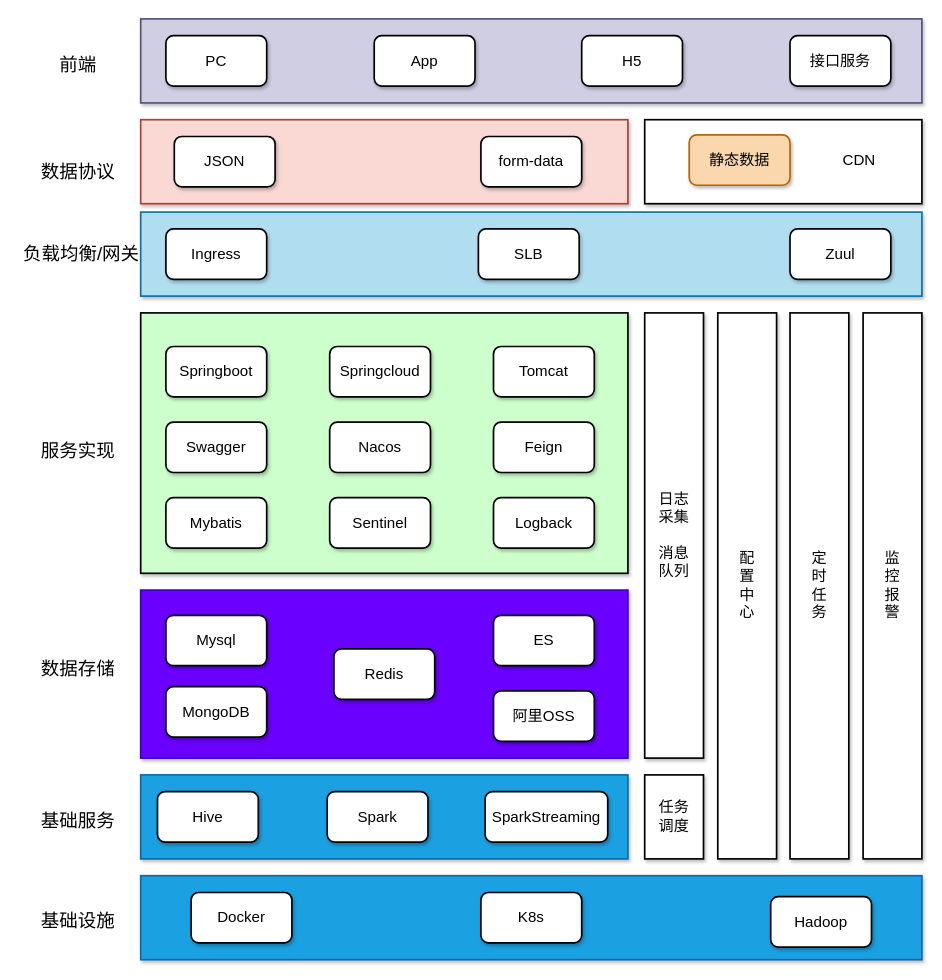
Above: page "技术架构" (7 of 12) of drawio/运城空间.drawio in weiwen111/diagram (draw.io), before the change. Source tidied: cells renumbered, new cells numbered last; positions are measured from the earlier drawing's top-left corner, leaving out a move shared by most shapes. Both pictures are drawn from the tidied source at 84%, with x=0, y=0 at pixel (18, 18).
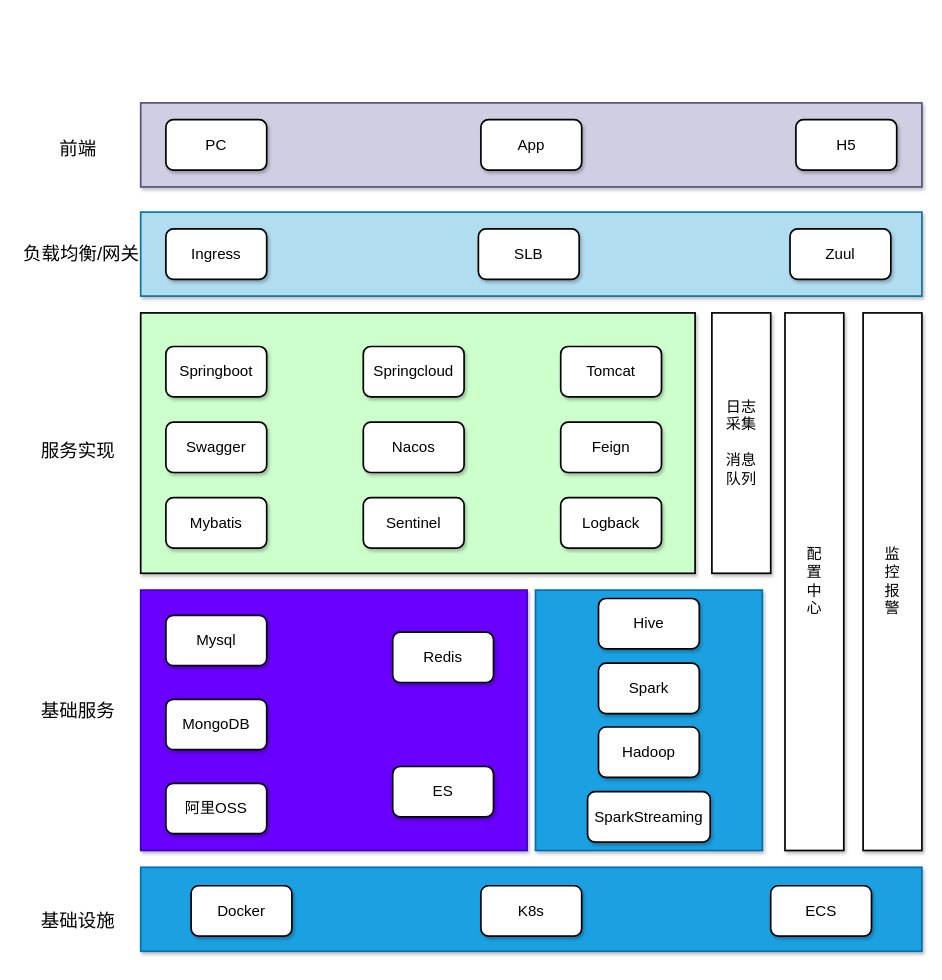
The same page after the edit.

Diff of the diagram source:
```diff
@@
+    <mxCell id="6" style="rounded=0;whiteSpace=wrap;html=1;labelBackgroundColor=none;strokeColor=#006EAF;strokeWidth=2;fillColor=#1ba1e2;fontSize=18;align=center;fontColor=#ffffff;shadow=1;" parent="1" vertex="1">
+      <mxGeometry x="616" y="680" width="270" height="310" as="geometry" />
+    </mxCell>
     <mxCell id="2" style="rounded=0;whiteSpace=wrap;html=1;labelBackgroundColor=none;strokeColor=#006EAF;strokeWidth=2;fillColor=#1ba1e2;fontSize=18;align=center;fontColor=#ffffff;shadow=1;" parent="1" vertex="1">
-      <mxGeometry x="146" y="1020" width="930" height="100" as="geometry" />
+      <mxGeometry x="146" y="1010" width="930" height="100" as="geometry" />
     </mxCell>
     <mxCell id="3" value="Docker" style="rounded=1;whiteSpace=wrap;html=1;labelBackgroundColor=none;strokeWidth=2;fontSize=18;align=center;shadow=1;" parent="1" vertex="1">
-      <mxGeometry x="206" y="1040" width="120" height="60" as="geometry" />
+      <mxGeometry x="206" y="1032" width="120" height="60" as="geometry" />
     </mxCell>
     <mxCell id="4" value="K8s" style="rounded=1;whiteSpace=wrap;html=1;labelBackgroundColor=none;strokeWidth=2;fontSize=18;align=center;shadow=1;" parent="1" vertex="1">
-      <mxGeometry x="551" y="1040" width="120" height="60" as="geometry" />
+      <mxGeometry x="551" y="1032" width="120" height="60" as="geometry" />
     </mxCell>
     <mxCell id="5" value="Hadoop" style="rounded=1;whiteSpace=wrap;html=1;labelBackgroundColor=none;strokeWidth=2;fontSize=18;align=center;shadow=1;" parent="1" vertex="1">
-      <mxGeometry x="896" y="1045" width="120" height="60" as="geometry" />
+      <mxGeometry x="691" y="843" width="120" height="60" as="geometry" />
     </mxCell>
-    <mxCell id="6" style="rounded=0;whiteSpace=wrap;html=1;labelBackgroundColor=none;strokeColor=#006EAF;strokeWidth=2;fillColor=#1ba1e2;fontSize=18;align=center;fontColor=#ffffff;shadow=1;" parent="1" vertex="1">
-      <mxGeometry x="146" y="900" width="580" height="100" as="geometry" />
-    </mxCell>
     <mxCell id="7" value="Hive" style="rounded=1;whiteSpace=wrap;html=1;labelBackgroundColor=none;strokeWidth=2;fontSize=18;align=center;shadow=1;" parent="1" vertex="1">
-      <mxGeometry x="166" y="920" width="120" height="60" as="geometry" />
+      <mxGeometry x="691" y="690" width="120" height="60" as="geometry" />
     </mxCell>
     <mxCell id="8" value="SparkStreaming" style="rounded=1;whiteSpace=wrap;html=1;labelBackgroundColor=none;strokeWidth=2;fontSize=18;align=center;shadow=1;" parent="1" vertex="1">
-      <mxGeometry x="556" y="920" width="146" height="60" as="geometry" />
+      <mxGeometry x="678" y="920" width="146" height="60" as="geometry" />
     </mxCell>
     <mxCell id="9" value="Spark" style="rounded=1;whiteSpace=wrap;html=1;labelBackgroundColor=none;strokeWidth=2;fontSize=18;align=center;shadow=1;" parent="1" vertex="1">
-      <mxGeometry x="368" y="920" width="120" height="60" as="geometry" />
+      <mxGeometry x="691" y="767" width="120" height="60" as="geometry" />
     </mxCell>
     <mxCell id="10" style="rounded=0;whiteSpace=wrap;html=1;labelBackgroundColor=none;strokeColor=#3700CC;strokeWidth=2;fillColor=#6a00ff;fontSize=18;fontColor=#ffffff;align=center;shadow=1;" parent="1" vertex="1">
-      <mxGeometry x="146" y="680" width="580" height="200" as="geometry" />
+      <mxGeometry x="146" y="680" width="460" height="310" as="geometry" />
     </mxCell>
@@
     <mxCell id="12" value="MongoDB" style="rounded=1;whiteSpace=wrap;html=1;labelBackgroundColor=none;strokeWidth=2;fontSize=18;align=center;shadow=1;" parent="1" vertex="1">
-      <mxGeometry x="176" y="795" width="120" height="60" as="geometry" />
+      <mxGeometry x="176" y="810" width="120" height="60" as="geometry" />
     </mxCell>
     <mxCell id="13" value="Redis" style="rounded=1;whiteSpace=wrap;html=1;labelBackgroundColor=none;strokeWidth=2;fontSize=18;align=center;shadow=1;" parent="1" vertex="1">
-      <mxGeometry x="376" y="750" width="120" height="60" as="geometry" />
+      <mxGeometry x="446" y="730" width="120" height="60" as="geometry" />
     </mxCell>
     <mxCell id="14" value="ES" style="rounded=1;whiteSpace=wrap;html=1;labelBackgroundColor=none;strokeWidth=2;fontSize=18;align=center;shadow=1;" parent="1" vertex="1">
-      <mxGeometry x="566" y="710" width="120" height="60" as="geometry" />
+      <mxGeometry x="446" y="890" width="120" height="60" as="geometry" />
     </mxCell>
     <mxCell id="15" value="阿里OSS" style="rounded=1;whiteSpace=wrap;html=1;labelBackgroundColor=none;strokeWidth=2;fontSize=18;align=center;shadow=1;" parent="1" vertex="1">
-      <mxGeometry x="566" y="800" width="120" height="60" as="geometry" />
+      <mxGeometry x="176" y="910" width="120" height="60" as="geometry" />
     </mxCell>
     <mxCell id="16" style="rounded=0;whiteSpace=wrap;html=1;labelBackgroundColor=none;strokeColor=#000000;strokeWidth=2;fillColor=#CCFFCC;fontSize=18;fontColor=#000000;align=center;shadow=1;" parent="1" vertex="1">
-      <mxGeometry x="146" y="350" width="580" height="310" as="geometry" />
+      <mxGeometry x="146" y="350" width="660" height="310" as="geometry" />
     </mxCell>
@@
     <mxCell id="18" value="Springcloud" style="rounded=1;whiteSpace=wrap;html=1;labelBackgroundColor=none;strokeWidth=2;fontSize=18;align=center;shadow=1;" parent="1" vertex="1">
-      <mxGeometry x="371" y="390" width="120" height="60" as="geometry" />
+      <mxGeometry x="411" y="390" width="120" height="60" as="geometry" />
     </mxCell>
     <mxCell id="19" value="Tomcat" style="rounded=1;whiteSpace=wrap;html=1;labelBackgroundColor=none;strokeWidth=2;fontSize=18;align=center;shadow=1;" parent="1" vertex="1">
-      <mxGeometry x="566" y="390" width="120" height="60" as="geometry" />
+      <mxGeometry x="646" y="390" width="120" height="60" as="geometry" />
     </mxCell>
@@
-    <mxCell id="24" style="rounded=0;whiteSpace=wrap;html=1;labelBackgroundColor=none;strokeColor=#ae4132;strokeWidth=2;fillColor=#fad9d5;fontSize=18;align=center;shadow=1;" parent="1" vertex="1">
-      <mxGeometry x="146" y="120" width="580" height="100" as="geometry" />
-    </mxCell>
-    <mxCell id="25" value="JSON" style="rounded=1;whiteSpace=wrap;html=1;labelBackgroundColor=none;strokeWidth=2;fontSize=18;align=center;shadow=1;" parent="1" vertex="1">
-      <mxGeometry x="186" y="140" width="120" height="60" as="geometry" />
-    </mxCell>
-    <mxCell id="26" value="form-data" style="rounded=1;whiteSpace=wrap;html=1;labelBackgroundColor=none;strokeWidth=2;fontSize=18;align=center;shadow=1;" parent="1" vertex="1">
-      <mxGeometry x="551" y="140" width="120" height="60" as="geometry" />
-    </mxCell>
     <mxCell id="27" style="rounded=0;whiteSpace=wrap;html=1;labelBackgroundColor=none;strokeColor=#56517e;strokeWidth=2;fillColor=#d0cee2;fontSize=18;align=center;shadow=1;" parent="1" vertex="1">
-      <mxGeometry x="146" width="930" height="100" as="geometry" />
+      <mxGeometry x="146" y="100" width="930" height="100" as="geometry" />
     </mxCell>
     <mxCell id="28" value="PC" style="rounded=1;whiteSpace=wrap;html=1;labelBackgroundColor=none;strokeWidth=2;fontSize=18;align=center;shadow=1;" parent="1" vertex="1">
-      <mxGeometry x="176" y="20" width="120" height="60" as="geometry" />
+      <mxGeometry x="176" y="120" width="120" height="60" as="geometry" />
     </mxCell>
     <mxCell id="29" value="App" style="rounded=1;whiteSpace=wrap;html=1;labelBackgroundColor=none;strokeWidth=2;fontSize=18;align=center;shadow=1;" parent="1" vertex="1">
-      <mxGeometry x="424" y="20" width="120" height="60" as="geometry" />
+      <mxGeometry x="551" y="120" width="120" height="60" as="geometry" />
     </mxCell>
     <mxCell id="30" value="H5" style="rounded=1;whiteSpace=wrap;html=1;labelBackgroundColor=none;strokeWidth=2;fontSize=18;align=center;shadow=1;" parent="1" vertex="1">
-      <mxGeometry x="671" y="20" width="120" height="60" as="geometry" />
+      <mxGeometry x="926" y="120" width="120" height="60" as="geometry" />
     </mxCell>
-    <mxCell id="31" value="接口服务" style="rounded=1;whiteSpace=wrap;html=1;labelBackgroundColor=none;strokeWidth=2;fontSize=18;align=center;shadow=1;" parent="1" vertex="1">
-      <mxGeometry x="919" y="20" width="120" height="60" as="geometry" />
-    </mxCell>
@@
     <mxCell id="33" value="基础服务" style="text;html=1;align=center;verticalAlign=middle;fontSize=22;fontColor=#000000;strokeWidth=2;shadow=1;" parent="1" vertex="1">
-      <mxGeometry x="21" y="940" width="100" height="30" as="geometry" />
+      <mxGeometry x="21" y="810" width="100" height="30" as="geometry" />
     </mxCell>
-    <mxCell id="34" value="数据存储" style="text;html=1;align=center;verticalAlign=middle;fontSize=22;fontColor=#000000;strokeWidth=2;shadow=1;" parent="1" vertex="1">
-      <mxGeometry x="21" y="760" width="100" height="30" as="geometry" />
-    </mxCell>
@@
-    <mxCell id="37" value="数据协议" style="text;html=1;align=center;verticalAlign=middle;fontSize=22;fontColor=#000000;strokeWidth=2;shadow=1;" parent="1" vertex="1">
-      <mxGeometry x="21" y="168" width="100" height="30" as="geometry" />
-    </mxCell>
     <mxCell id="38" value="前端" style="text;html=1;align=center;verticalAlign=middle;fontSize=22;fontColor=#000000;strokeWidth=2;shadow=1;" parent="1" vertex="1">
-      <mxGeometry x="41" y="40" width="60" height="30" as="geometry" />
+      <mxGeometry x="41" y="140" width="60" height="30" as="geometry" />
     </mxCell>
-    <mxCell id="39" style="rounded=0;whiteSpace=wrap;html=1;labelBackgroundColor=none;strokeWidth=2;fontSize=18;align=center;shadow=1;" parent="1" vertex="1">
-      <mxGeometry x="746" y="120" width="330" height="100" as="geometry" />
-    </mxCell>
-    <mxCell id="40" value="静态数据" style="rounded=1;whiteSpace=wrap;html=1;labelBackgroundColor=none;strokeWidth=2;fontSize=18;align=center;fillColor=#fad7ac;strokeColor=#b46504;shadow=1;" parent="1" vertex="1">
-      <mxGeometry x="799" y="138" width="120" height="60" as="geometry" />
-    </mxCell>
-    <mxCell id="41" value="CDN" style="text;html=1;align=center;verticalAlign=middle;fontSize=18;fontColor=#000000;strokeWidth=2;shadow=1;" parent="1" vertex="1">
-      <mxGeometry x="976" y="153" width="50" height="30" as="geometry" />
-    </mxCell>
     <mxCell id="42" value="日志&lt;br&gt;采集&lt;br&gt;&lt;br&gt;消息&lt;br&gt;队列" style="rounded=0;whiteSpace=wrap;html=1;labelBackgroundColor=none;strokeWidth=2;fontSize=18;align=center;shadow=1;" parent="1" vertex="1">
-      <mxGeometry x="746" y="350" width="70" height="530" as="geometry" />
+      <mxGeometry x="826" y="350" width="70" height="310" as="geometry" />
     </mxCell>
     <mxCell id="43" value="配&lt;br&gt;置&lt;br&gt;中&lt;br&gt;心" style="rounded=0;whiteSpace=wrap;html=1;labelBackgroundColor=none;strokeWidth=2;fontSize=18;align=center;shadow=1;" parent="1" vertex="1">
-      <mxGeometry x="833" y="350" width="70" height="650" as="geometry" />
+      <mxGeometry x="913" y="350" width="70" height="640" as="geometry" />
     </mxCell>
-    <mxCell id="44" value="任务&lt;br&gt;调度" style="rounded=0;whiteSpace=wrap;html=1;labelBackgroundColor=none;strokeWidth=2;fontSize=18;align=center;shadow=1;" parent="1" vertex="1">
-      <mxGeometry x="746" y="900" width="70" height="100" as="geometry" />
-    </mxCell>
-    <mxCell id="45" value="定&lt;br&gt;时&lt;br&gt;任&lt;br&gt;务" style="rounded=0;whiteSpace=wrap;html=1;labelBackgroundColor=none;strokeWidth=2;fontSize=18;align=center;shadow=1;" parent="1" vertex="1">
-      <mxGeometry x="919" y="350" width="70" height="650" as="geometry" />
-    </mxCell>
     <mxCell id="46" value="监&lt;br&gt;控&lt;br&gt;报&lt;br&gt;警" style="rounded=0;whiteSpace=wrap;html=1;labelBackgroundColor=none;strokeWidth=2;fontSize=18;align=center;shadow=1;" parent="1" vertex="1">
-      <mxGeometry x="1006" y="350" width="70" height="650" as="geometry" />
+      <mxGeometry x="1006" y="350" width="70" height="640" as="geometry" />
     </mxCell>
@@
     <mxCell id="49" value="Sentinel" style="rounded=1;whiteSpace=wrap;html=1;labelBackgroundColor=none;strokeWidth=2;fontSize=18;align=center;shadow=1;" parent="1" vertex="1">
-      <mxGeometry x="371" y="570" width="120" height="60" as="geometry" />
+      <mxGeometry x="411" y="570" width="120" height="60" as="geometry" />
     </mxCell>
     <mxCell id="50" value="Feign" style="rounded=1;whiteSpace=wrap;html=1;labelBackgroundColor=none;strokeWidth=2;fontSize=18;align=center;shadow=1;" parent="1" vertex="1">
-      <mxGeometry x="566" y="480" width="120" height="60" as="geometry" />
+      <mxGeometry x="646" y="480" width="120" height="60" as="geometry" />
     </mxCell>
     <mxCell id="51" value="Logback" style="rounded=1;whiteSpace=wrap;html=1;labelBackgroundColor=none;strokeWidth=2;fontSize=18;align=center;shadow=1;" parent="1" vertex="1">
-      <mxGeometry x="566" y="570" width="120" height="60" as="geometry" />
+      <mxGeometry x="646" y="570" width="120" height="60" as="geometry" />
     </mxCell>
     <mxCell id="52" value="Nacos" style="rounded=1;whiteSpace=wrap;html=1;labelBackgroundColor=none;strokeWidth=2;fontSize=18;align=center;shadow=1;" parent="1" vertex="1">
-      <mxGeometry x="371" y="480" width="120" height="60" as="geometry" />
+      <mxGeometry x="411" y="480" width="120" height="60" as="geometry" />
     </mxCell>
+    <mxCell id="53" value="ECS" style="rounded=1;whiteSpace=wrap;html=1;labelBackgroundColor=none;strokeWidth=2;fontSize=18;align=center;shadow=1;" parent="1" vertex="1">
+      <mxGeometry x="896" y="1032" width="120" height="60" as="geometry" />
+    </mxCell>
```
